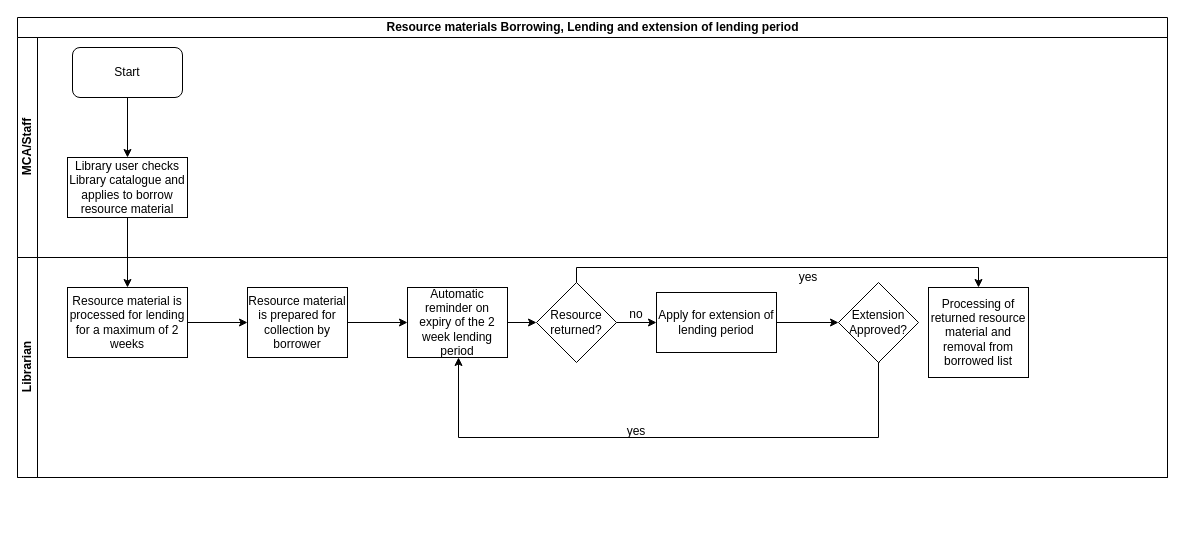
The draw.io diagram Library - Resource materials Borrowing, Lending and extension of lending period.drawio in kmagua/flowcharts, before the edit. Source tidied: cells renumbered, new cells numbered last; positions are measured from the earlier drawing's top-left corner, leaving out a move shared by most shapes. Both pictures are drawn from the tidied source at 100%, with x=0, y=0 at pixel (17, 17).
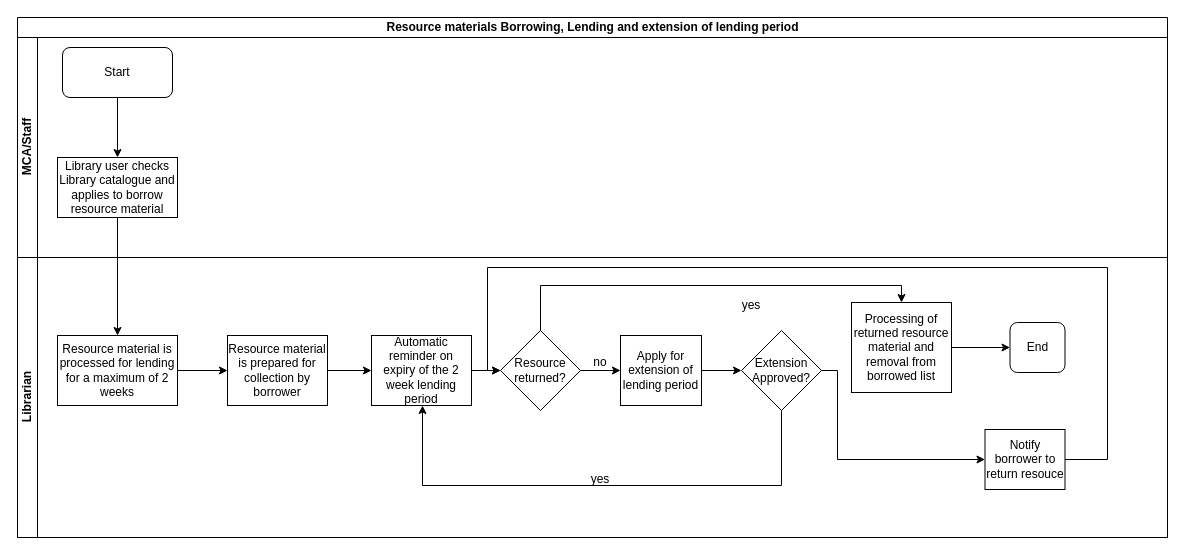
The same diagram, later.

Unchanged cells that the change refers to:
```xml
<mxCell id="4" value="MCA/Staff" style="swimlane;html=1;startSize=20;horizontal=0;" parent="2" vertex="1">
  <mxGeometry y="20" width="1150" height="220" as="geometry" />
</mxCell>
```

What changed in the source:
```diff
@@
     <mxCell id="2" value="Resource materials Borrowing, Lending and extension of lending period" style="swimlane;html=1;horizontal=1;startSize=20;" parent="1" vertex="1">
-      <mxGeometry width="1150" height="460" as="geometry" />
+      <mxGeometry width="1150" height="520" as="geometry" />
     </mxCell>
@@
     <mxCell id="6" value="Library user checks Library catalogue and applies to borrow resource material" style="rounded=0;whiteSpace=wrap;html=1;" parent="4" vertex="1">
-      <mxGeometry x="50" y="120" width="120" height="60" as="geometry" />
+      <mxGeometry x="40" y="120" width="120" height="60" as="geometry" />
     </mxCell>
     <mxCell id="7" value="Start" style="rounded=1;whiteSpace=wrap;html=1;" parent="4" vertex="1">
-      <mxGeometry x="55" y="10" width="110" height="50" as="geometry" />
+      <mxGeometry x="45" y="10" width="110" height="50" as="geometry" />
     </mxCell>
     <mxCell id="8" value="Librarian" style="swimlane;html=1;startSize=20;horizontal=0;" parent="2" vertex="1">
-      <mxGeometry y="240" width="1150" height="220" as="geometry" />
+      <mxGeometry y="240" width="1150" height="280" as="geometry" />
     </mxCell>
     <mxCell id="9" value="yes" style="text;html=1;strokeColor=none;fillColor=none;align=center;verticalAlign=middle;whiteSpace=wrap;rounded=0;" parent="8" vertex="1">
-      <mxGeometry x="771" y="10" width="40" height="20" as="geometry" />
+      <mxGeometry x="714" y="38" width="40" height="20" as="geometry" />
     </mxCell>
+    <mxCell id="26" value="End" style="rounded=1;whiteSpace=wrap;html=1;" parent="8" vertex="1">
+      <mxGeometry x="992.5" y="65" width="55" height="50" as="geometry" />
+    </mxCell>
+    <mxCell id="11" value="Processing of returned resource material and removal from borrowed list" style="whiteSpace=wrap;html=1;" parent="8" vertex="1">
+      <mxGeometry x="834" y="45" width="100" height="90" as="geometry" />
+    </mxCell>
     <mxCell id="10" value="no" style="text;html=1;strokeColor=none;fillColor=none;align=center;verticalAlign=middle;whiteSpace=wrap;rounded=0;" parent="8" vertex="1">
-      <mxGeometry x="599" y="47" width="40" height="20" as="geometry" />
+      <mxGeometry x="563" y="95" width="40" height="20" as="geometry" />
     </mxCell>
-    <mxCell id="11" value="Processing of returned resource material and removal from borrowed list" style="whiteSpace=wrap;html=1;" parent="8" vertex="1">
-      <mxGeometry x="911" y="30" width="100" height="90" as="geometry" />
-    </mxCell>
     <mxCell id="12" value="Extension Approved?" style="rhombus;whiteSpace=wrap;html=1;" parent="8" vertex="1">
-      <mxGeometry x="821" y="25" width="80" height="80" as="geometry" />
+      <mxGeometry x="724" y="73" width="80" height="80" as="geometry" />
     </mxCell>
     <mxCell id="13" value="Resource returned?" style="rhombus;whiteSpace=wrap;html=1;" parent="8" vertex="1">
-      <mxGeometry x="519" y="25" width="80" height="80" as="geometry" />
+      <mxGeometry x="483" y="73" width="80" height="80" as="geometry" />
     </mxCell>
     <mxCell id="14" value="Resource material is processed for lending for a maximum of 2 weeks" style="whiteSpace=wrap;html=1;rounded=0;" parent="8" vertex="1">
-      <mxGeometry x="50" y="30" width="120" height="70" as="geometry" />
+      <mxGeometry x="40" y="78" width="120" height="70" as="geometry" />
     </mxCell>
     <mxCell id="15" value="Automatic reminder on expiry of the 2 week lending period" style="whiteSpace=wrap;html=1;rounded=0;" parent="8" vertex="1">
-      <mxGeometry x="390" y="30" width="100" height="70" as="geometry" />
+      <mxGeometry x="354" y="78" width="100" height="70" as="geometry" />
     </mxCell>
@@
-    <mxCell id="17" style="edgeStyle=orthogonalEdgeStyle;rounded=0;orthogonalLoop=1;jettySize=auto;html=1;entryX=0.5;entryY=1;entryDx=0;entryDy=0;exitX=0.5;exitY=1;exitDx=0;exitDy=0;" parent="8" edge="1">
+    <mxCell id="17" style="edgeStyle=orthogonalEdgeStyle;rounded=0;jettySize=auto;html=1;entryX=0.5;entryY=1;entryDx=0;entryDy=0;exitX=0.5;exitY=1;exitDx=0;exitDy=0;" parent="8" edge="1" source="12">
       <mxGeometry relative="1" as="geometry">
-        <mxPoint x="862" y="105" as="sourcePoint" />
-        <mxPoint x="441" y="100" as="targetPoint" />
+        <mxPoint x="405" y="148" as="targetPoint" />
         <Array as="points">
-          <mxPoint x="861" y="105" />
-          <mxPoint x="861" y="180" />
-          <mxPoint x="441" y="180" />
+          <mxPoint x="764" y="228" />
+          <mxPoint x="405" y="228" />
         </Array>
       </mxGeometry>
     </mxCell>
     <mxCell id="18" value="Apply for extension of lending period" style="whiteSpace=wrap;html=1;" parent="8" vertex="1">
-      <mxGeometry x="639" y="35" width="120" height="60" as="geometry" />
+      <mxGeometry x="603" y="78" width="81" height="70" as="geometry" />
     </mxCell>
+    <mxCell id="27" value="Notify borrower to return resouce" style="whiteSpace=wrap;html=1;" parent="8" vertex="1">
+      <mxGeometry x="967.5" y="172" width="80" height="60" as="geometry" />
+    </mxCell>
     <mxCell id="19" value="yes" style="text;html=1;strokeColor=none;fillColor=none;align=center;verticalAlign=middle;whiteSpace=wrap;rounded=0;" parent="8" vertex="1">
-      <mxGeometry x="599" y="164" width="40" height="20" as="geometry" />
+      <mxGeometry x="563" y="212" width="40" height="20" as="geometry" />
     </mxCell>
@@
-    <mxCell id="22" style="edgeStyle=orthogonalEdgeStyle;rounded=0;jettySize=auto;html=1;entryX=0.5;entryY=0;entryDx=0;entryDy=0;" parent="8" edge="1" source="13" target="11">
+    <mxCell id="22" style="edgeStyle=orthogonalEdgeStyle;rounded=0;jettySize=auto;html=1;entryX=0.5;entryY=0;entryDx=0;entryDy=0;exitX=0.5;exitY=0;exitDx=0;exitDy=0;" parent="8" edge="1" source="13" target="11">
       <mxGeometry relative="1" as="geometry">
         <Array as="points">
-          <mxPoint x="559" y="10" />
-          <mxPoint x="961" y="10" />
+          <mxPoint x="523" y="28" />
+          <mxPoint x="884" y="28" />
         </Array>
       </mxGeometry>
     </mxCell>
+    <mxCell id="28" style="edgeStyle=orthogonalEdgeStyle;rounded=0;jettySize=auto;html=1;entryX=0;entryY=0.5;entryDx=0;entryDy=0;" parent="8" edge="1" source="11" target="26">
+      <mxGeometry relative="1" as="geometry" />
+    </mxCell>
+    <mxCell id="29" style="edgeStyle=orthogonalEdgeStyle;rounded=0;jettySize=auto;html=1;entryX=0;entryY=0.5;entryDx=0;entryDy=0;" parent="8" edge="1" source="12" target="27">
+      <mxGeometry relative="1" as="geometry">
+        <Array as="points">
+          <mxPoint x="820" y="113" />
+          <mxPoint x="820" y="202" />
+        </Array>
+      </mxGeometry>
+    </mxCell>
+    <mxCell id="30" style="edgeStyle=orthogonalEdgeStyle;rounded=0;jettySize=auto;html=1;entryX=0;entryY=0.5;entryDx=0;entryDy=0;" parent="8" edge="1" source="27" target="13">
+      <mxGeometry relative="1" as="geometry">
+        <Array as="points">
+          <mxPoint x="1090" y="202" />
+          <mxPoint x="1090" y="10" />
+          <mxPoint x="470" y="10" />
+          <mxPoint x="470" y="113" />
+        </Array>
+      </mxGeometry>
+    </mxCell>
@@
     <mxCell id="24" value="Resource material is prepared for collection by borrower" style="whiteSpace=wrap;html=1;rounded=0;" parent="1" vertex="1">
-      <mxGeometry x="230" y="270" width="100" height="70" as="geometry" />
+      <mxGeometry x="210" y="318" width="100" height="70" as="geometry" />
     </mxCell>
```
